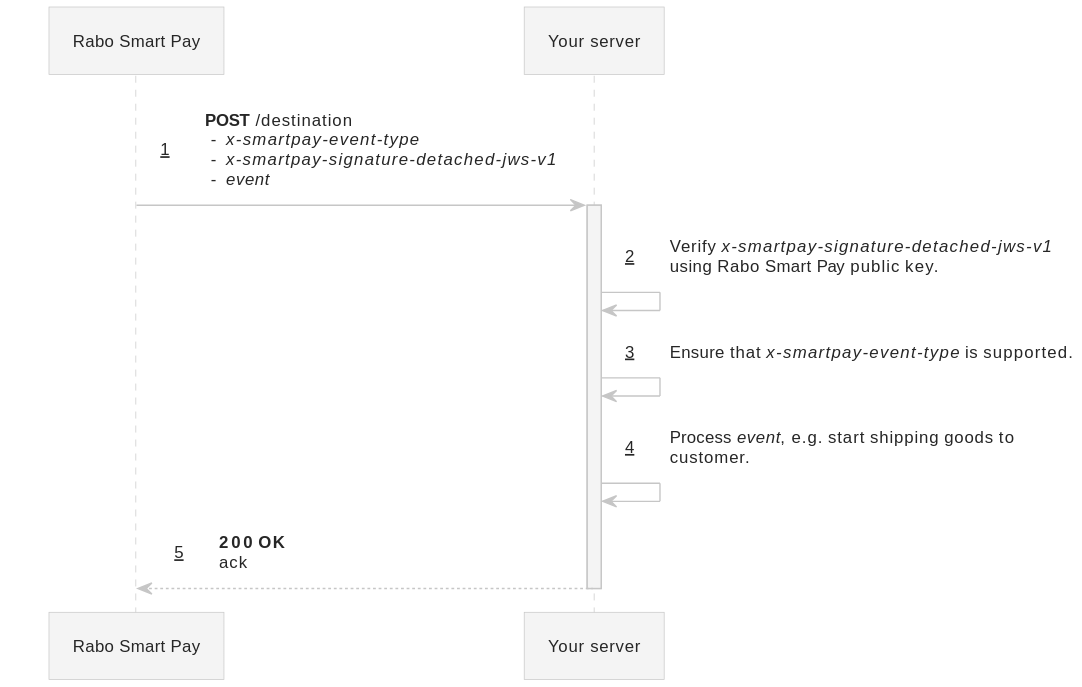
Before: docs/developer-tools/webhooks/img/webhook_sequence_diagram.svg, a diagram exported from PlantUML (kkreuning/rabo.dev). Source of this version:
```plantuml
@startuml
!include theme.iuml

$start_autonumber()

"Rabo Smart Pay" -> "Your server" ++ : $http_request(POST, "/destination", " - //x-smartpay-event-type//\n - //x-smartpay-signature-detached-jws-v1//\n - //event//")
    "Your server" -> "Your server" : Verify //x-smartpay-signature-detached-jws-v1// using Rabo Smart Pay public key.
    "Your server" -> "Your server" : Ensure that //x-smartpay-event-type// is supported.
    "Your server" -> "Your server" : Process //event//, e.g. start shipping goods to customer.
return $http_response(200 OK, "ack")
@enduml
```
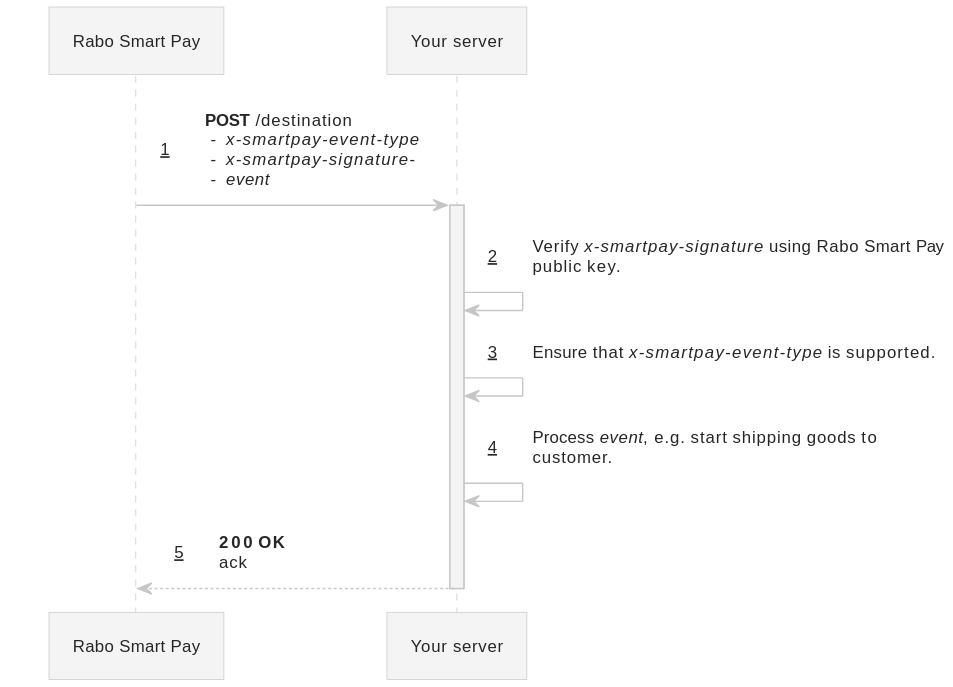
After the change.

What changed in the source:
```diff
@@ -3,8 +3,8 @@
 
 $start_autonumber()
 
-"Rabo Smart Pay" -> "Your server" ++ : $http_request(POST, "/destination", " - //x-smartpay-event-type//\n - //x-smartpay-signature-detached-jws-v1//\n - //event//")
-    "Your server" -> "Your server" : Verify //x-smartpay-signature-detached-jws-v1// using Rabo Smart Pay public key.
+"Rabo Smart Pay" -> "Your server" ++ : $http_request(POST, "/destination", " - //x-smartpay-event-type//\n - //x-smartpay-signature-//\n - //event//")
+    "Your server" -> "Your server" : Verify //x-smartpay-signature// using Rabo Smart Pay public key.
     "Your server" -> "Your server" : Ensure that //x-smartpay-event-type// is supported.
     "Your server" -> "Your server" : Process //event//, e.g. start shipping goods to customer.
 return $http_response(200 OK, "ack")
```
